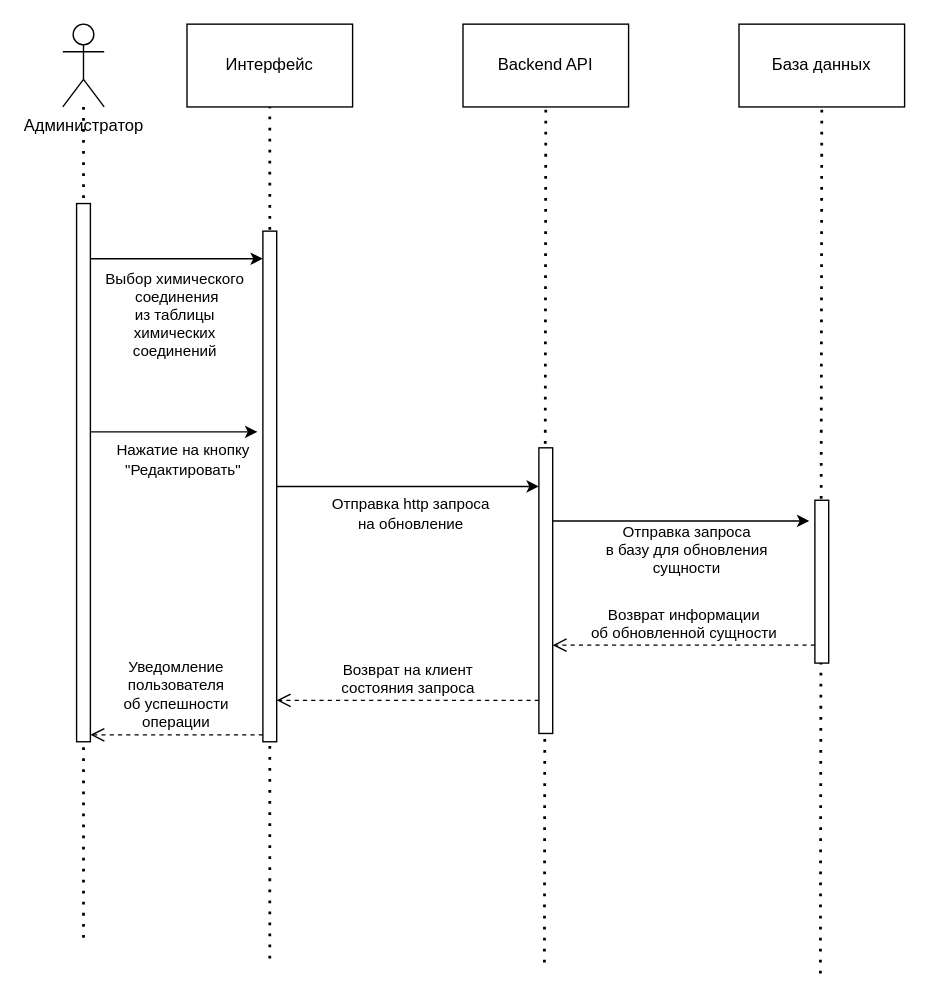
eva01pilot/plant-tissue-diagrams keeps this draw.io diagram as sequence_add-components.drawio. Above is the earlier version. Source tidied: cells renumbered, new cells numbered last; positions are measured from the earlier drawing's top-left corner, leaving out a move shared by most shapes. Both pictures are drawn from the tidied source at 138%, with x=0, y=0 at pixel (62, 23).
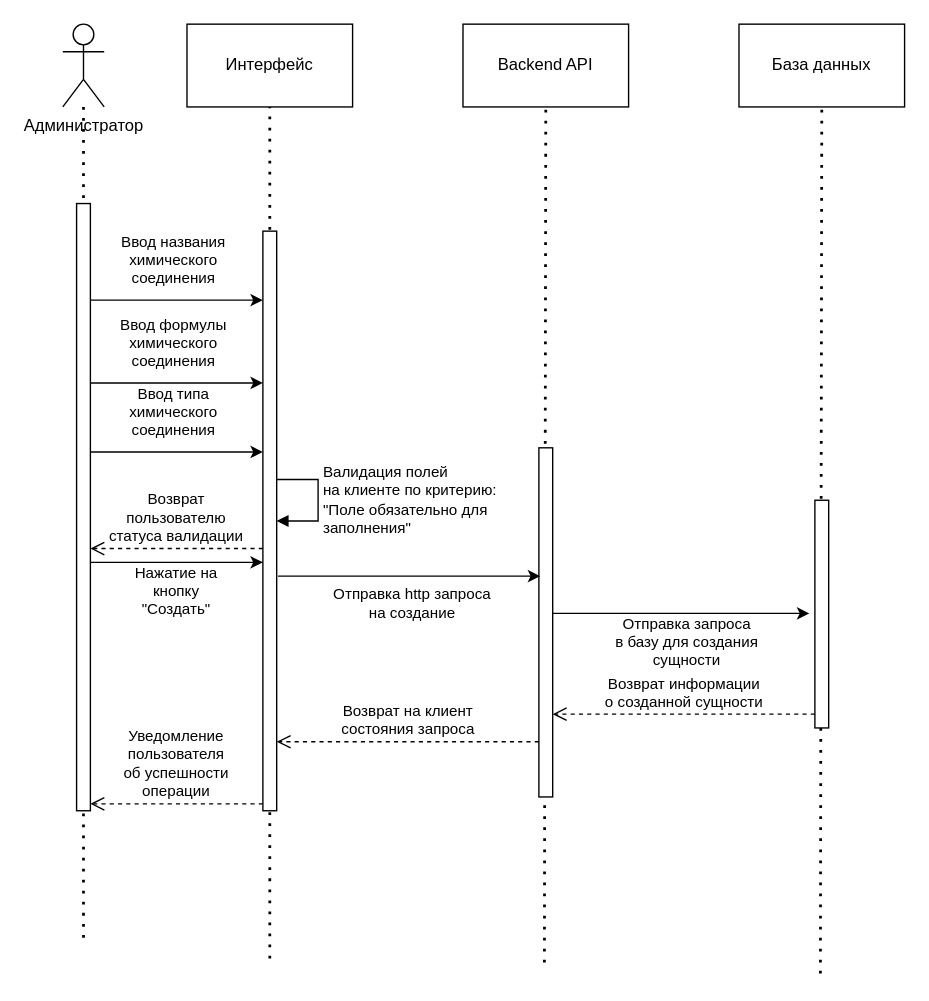
The same page after the edit.

Change to the diagram source:
```diff
@@
     <mxCell id="8" style="html=1;points=[[0,0,0,0,5],[0,1,0,0,-5],[1,0,0,0,5],[1,1,0,0,-5]];perimeter=orthogonalPerimeter;outlineConnect=0;targetShapes=umlLifeline;portConstraint=eastwest;newEdgeStyle={&quot;curved&quot;:0,&quot;rounded&quot;:0};" parent="1" vertex="1">
-      <mxGeometry x="10" y="130" width="10" height="390" as="geometry" />
+      <mxGeometry x="10" y="130" width="10" height="440" as="geometry" />
     </mxCell>
     <mxCell id="9" style="html=1;points=[[0,0,0,0,5],[0,1,0,0,-5],[1,0,0,0,5],[1,1,0,0,-5]];perimeter=orthogonalPerimeter;outlineConnect=0;targetShapes=umlLifeline;portConstraint=eastwest;newEdgeStyle={&quot;curved&quot;:0,&quot;rounded&quot;:0};" parent="1" vertex="1">
-      <mxGeometry x="145" y="150" width="10" height="370" as="geometry" />
+      <mxGeometry x="145" y="150" width="10" height="420" as="geometry" />
     </mxCell>
@@
     <mxCell id="11" style="html=1;points=[[0,0,0,0,5],[0,1,0,0,-5],[1,0,0,0,5],[1,1,0,0,-5]];perimeter=orthogonalPerimeter;outlineConnect=0;targetShapes=umlLifeline;portConstraint=eastwest;newEdgeStyle={&quot;curved&quot;:0,&quot;rounded&quot;:0};" parent="1" vertex="1">
-      <mxGeometry x="345" y="307" width="10" height="207" as="geometry" />
+      <mxGeometry x="345" y="307" width="10" height="253" as="geometry" />
     </mxCell>
@@
     <mxCell id="13" style="html=1;points=[[0,0,0,0,5],[0,1,0,0,-5],[1,0,0,0,5],[1,1,0,0,-5]];perimeter=orthogonalPerimeter;outlineConnect=0;targetShapes=umlLifeline;portConstraint=eastwest;newEdgeStyle={&quot;curved&quot;:0,&quot;rounded&quot;:0};" parent="1" vertex="1">
-      <mxGeometry x="545" y="345" width="10" height="118" as="geometry" />
+      <mxGeometry x="545" y="345" width="10" height="165" as="geometry" />
     </mxCell>
-    <mxCell id="14" style="endArrow=classic;html=1;rounded=0;" parent="1" edge="1">
-      <mxGeometry relative="1" as="geometry">
-        <mxPoint x="20" y="170" as="sourcePoint" />
-        <mxPoint x="145" y="170" as="targetPoint" />
-        <Array as="points">
-          <mxPoint x="100" y="170" />
-        </Array>
-      </mxGeometry>
-    </mxCell>
-    <mxCell id="15" value="&lt;div&gt;Выбор химического&lt;/div&gt;&lt;div&gt;&amp;nbsp;соединения&lt;br&gt;&lt;/div&gt;&lt;div&gt;из таблицы&lt;/div&gt;&lt;div&gt;химических &lt;br&gt;&lt;/div&gt;&lt;div&gt;соединений&lt;br&gt;&lt;/div&gt;" style="edgeLabel;html=1;align=center;verticalAlign=middle;" parent="14" vertex="1">
-      <mxGeometry x="-0.28" relative="1" as="geometry">
-        <mxPoint x="15" y="40" as="offset" />
-      </mxGeometry>
-    </mxCell>
-    <mxCell id="16" style="endArrow=classic;html=1;rounded=0;entryX=-0.4;entryY=0.393;entryDx=0;entryDy=0;entryPerimeter=0;" parent="1" edge="1" source="8" target="9">
-      <mxGeometry relative="1" as="geometry" />
-    </mxCell>
-    <mxCell id="17" value="&lt;div&gt;Нажатие на кнопку&lt;/div&gt;&lt;div&gt;&quot;Редактировать&quot;&lt;br&gt;&lt;/div&gt;" style="edgeLabel;html=1;align=center;verticalAlign=middle;" parent="16" vertex="1">
-      <mxGeometry x="-0.16" y="-1" relative="1" as="geometry">
-        <mxPoint x="15" y="19" as="offset" />
-      </mxGeometry>
-    </mxCell>
-    <mxCell id="18" style="endArrow=classic;html=1;rounded=0;" parent="1" edge="1" source="9" target="11">
-      <mxGeometry relative="1" as="geometry" />
+    <mxCell id="18" style="endArrow=classic;html=1;rounded=0;" parent="1" edge="1">
+      <mxGeometry relative="1" as="geometry">
+        <mxPoint x="156" y="400" as="sourcePoint" />
+        <mxPoint x="346" y="400" as="targetPoint" />
+      </mxGeometry>
     </mxCell>
-    <mxCell id="19" value="&lt;div&gt;Отправка http запроса&lt;/div&gt;&lt;div&gt;на обновление&lt;br&gt;&lt;/div&gt;" style="edgeLabel;html=1;align=center;verticalAlign=middle;" parent="18" vertex="1">
+    <mxCell id="19" value="&lt;div&gt;Отправка http запроса&lt;/div&gt;&lt;div&gt;на создание&lt;br&gt;&lt;/div&gt;" style="edgeLabel;html=1;align=center;verticalAlign=middle;" parent="18" vertex="1">
       <mxGeometry x="-0.32" relative="1" as="geometry">
         <mxPoint x="31" y="19" as="offset" />
       </mxGeometry>
     </mxCell>
     <mxCell id="20" style="endArrow=classic;html=1;rounded=0;entryX=-0.4;entryY=0.697;entryDx=0;entryDy=0;entryPerimeter=0;" parent="1" edge="1">
       <mxGeometry relative="1" as="geometry">
-        <mxPoint x="355" y="360" as="sourcePoint" />
-        <mxPoint x="541" y="360" as="targetPoint" />
+        <mxPoint x="355" y="427" as="sourcePoint" />
+        <mxPoint x="541" y="427" as="targetPoint" />
       </mxGeometry>
     </mxCell>
-    <mxCell id="21" value="&lt;div&gt;Отправка запроса&lt;/div&gt;&lt;div&gt;в базу для обновления&lt;br&gt;&lt;/div&gt;&lt;div&gt;сущности&lt;br&gt;&lt;/div&gt;" style="edgeLabel;html=1;align=center;verticalAlign=middle;" parent="20" vertex="1">
+    <mxCell id="21" value="&lt;div&gt;Отправка запроса&lt;/div&gt;&lt;div&gt;в базу для создания&lt;br&gt;&lt;/div&gt;&lt;div&gt;сущности&lt;br&gt;&lt;/div&gt;" style="edgeLabel;html=1;align=center;verticalAlign=middle;" parent="20" vertex="1">
       <mxGeometry x="0.24" y="-2" relative="1" as="geometry">
         <mxPoint x="-19" y="18" as="offset" />
       </mxGeometry>
     </mxCell>
-    <mxCell id="22" value="&lt;div&gt;Возврат информации &lt;br&gt;&lt;/div&gt;&lt;div&gt;об обновленной сущности&lt;br&gt;&lt;/div&gt;" style="html=1;verticalAlign=bottom;endArrow=open;dashed=1;endSize=8;curved=0;rounded=0;" parent="1" edge="1" source="13" target="11">
+    <mxCell id="22" value="&lt;div&gt;Возврат информации &lt;br&gt;&lt;/div&gt;&lt;div&gt;о созданной сущности&lt;br&gt;&lt;/div&gt;" style="html=1;verticalAlign=bottom;endArrow=open;dashed=1;endSize=8;curved=0;rounded=0;" parent="1" edge="1">
       <mxGeometry relative="1" as="geometry">
+        <mxPoint x="545" y="500" as="sourcePoint" />
+        <mxPoint x="355" y="500" as="targetPoint" />
         <Array as="points">
-          <mxPoint x="451" y="450" />
+          <mxPoint x="451" y="500" />
         </Array>
       </mxGeometry>
     </mxCell>
     <mxCell id="23" value="&lt;div&gt;Возврат на клиент &lt;br&gt;&lt;/div&gt;&lt;div&gt;состояния запроса&lt;br&gt;&lt;/div&gt;" style="html=1;verticalAlign=bottom;endArrow=open;dashed=1;endSize=8;curved=0;rounded=0;" parent="1" edge="1">
       <mxGeometry relative="1" as="geometry">
-        <mxPoint x="345" y="490" as="sourcePoint" />
-        <mxPoint x="155" y="490" as="targetPoint" />
+        <mxPoint x="345" y="520" as="sourcePoint" />
+        <mxPoint x="155" y="520" as="targetPoint" />
       </mxGeometry>
     </mxCell>
@@
+    <mxCell id="25" style="endArrow=classic;html=1;rounded=0;" parent="1" edge="1">
+      <mxGeometry relative="1" as="geometry">
+        <mxPoint x="20" y="200" as="sourcePoint" />
+        <mxPoint x="145" y="200" as="targetPoint" />
+      </mxGeometry>
+    </mxCell>
+    <mxCell id="26" value="&lt;div&gt;Ввод названия&lt;/div&gt;&lt;div&gt;химического&lt;/div&gt;&lt;div&gt;соединения&lt;br&gt;&lt;/div&gt;" style="edgeLabel;html=1;align=center;verticalAlign=middle;" parent="25" vertex="1">
+      <mxGeometry x="-0.06" relative="1" as="geometry">
+        <mxPoint y="-30" as="offset" />
+      </mxGeometry>
+    </mxCell>
+    <mxCell id="27" style="endArrow=classic;html=1;rounded=0;" parent="1" edge="1">
+      <mxGeometry relative="1" as="geometry">
+        <mxPoint x="20" y="260" as="sourcePoint" />
+        <mxPoint x="145" y="260" as="targetPoint" />
+      </mxGeometry>
+    </mxCell>
+    <mxCell id="28" value="&lt;div&gt;Ввод формулы&lt;br&gt;&lt;/div&gt;&lt;div&gt;химического&lt;/div&gt;&lt;div&gt;соединения&lt;br&gt;&lt;/div&gt;" style="edgeLabel;html=1;align=center;verticalAlign=middle;" parent="27" vertex="1">
+      <mxGeometry x="-0.06" relative="1" as="geometry">
+        <mxPoint y="-30" as="offset" />
+      </mxGeometry>
+    </mxCell>
+    <mxCell id="29" style="endArrow=classic;html=1;rounded=0;" parent="1" edge="1">
+      <mxGeometry relative="1" as="geometry">
+        <mxPoint x="20" y="310" as="sourcePoint" />
+        <mxPoint x="145" y="310" as="targetPoint" />
+      </mxGeometry>
+    </mxCell>
+    <mxCell id="30" value="&lt;div&gt;Ввод типа&lt;br&gt;&lt;/div&gt;&lt;div&gt;химического&lt;/div&gt;&lt;div&gt;соединения&lt;br&gt;&lt;/div&gt;" style="edgeLabel;html=1;align=center;verticalAlign=middle;" parent="29" vertex="1">
+      <mxGeometry x="-0.06" relative="1" as="geometry">
+        <mxPoint y="-30" as="offset" />
+      </mxGeometry>
+    </mxCell>
+    <mxCell id="31" value="&lt;div&gt;Валидация полей &lt;br&gt;&lt;/div&gt;&lt;div&gt;на клиенте по критерию:&lt;/div&gt;&lt;div&gt;&quot;Поле обязательно для&lt;/div&gt;&lt;div&gt;заполнения&quot;&lt;br&gt;&lt;/div&gt;" style="html=1;align=left;spacingLeft=2;endArrow=block;rounded=0;edgeStyle=orthogonalEdgeStyle;curved=0;rounded=0;entryX=1;entryY=0.5;entryDx=0;entryDy=0;entryPerimeter=0;" parent="1" edge="1" target="9">
+      <mxGeometry relative="1" as="geometry">
+        <mxPoint x="155" y="330" as="sourcePoint" />
+        <Array as="points">
+          <mxPoint x="185" y="330" />
+          <mxPoint x="185" y="360" />
+        </Array>
+      </mxGeometry>
+    </mxCell>
+    <mxCell id="32" value="&lt;div&gt;Возврат&lt;/div&gt;&lt;div&gt;пользователю&lt;/div&gt;&lt;div&gt;статуса валидации&lt;br&gt;&lt;/div&gt;" style="html=1;verticalAlign=bottom;endArrow=open;dashed=1;endSize=8;curved=0;rounded=0;" parent="1" edge="1" source="9">
+      <mxGeometry relative="1" as="geometry">
+        <mxPoint x="20" y="380" as="targetPoint" />
+      </mxGeometry>
+    </mxCell>
+    <mxCell id="33" style="endArrow=classic;html=1;rounded=0;" parent="1" edge="1">
+      <mxGeometry relative="1" as="geometry">
+        <mxPoint x="20" y="390" as="sourcePoint" />
+        <mxPoint x="145" y="390" as="targetPoint" />
+      </mxGeometry>
+    </mxCell>
+    <mxCell id="34" value="&lt;div&gt;Нажатие на&lt;/div&gt;&lt;div&gt;кнопку&lt;/div&gt;&lt;div&gt;&quot;Создать&quot;&lt;br&gt;&lt;/div&gt;" style="edgeLabel;html=1;align=center;verticalAlign=middle;" parent="33" vertex="1">
+      <mxGeometry x="0.19" y="-2" relative="1" as="geometry">
+        <mxPoint x="-13" y="18" as="offset" />
+      </mxGeometry>
+    </mxCell>
```
